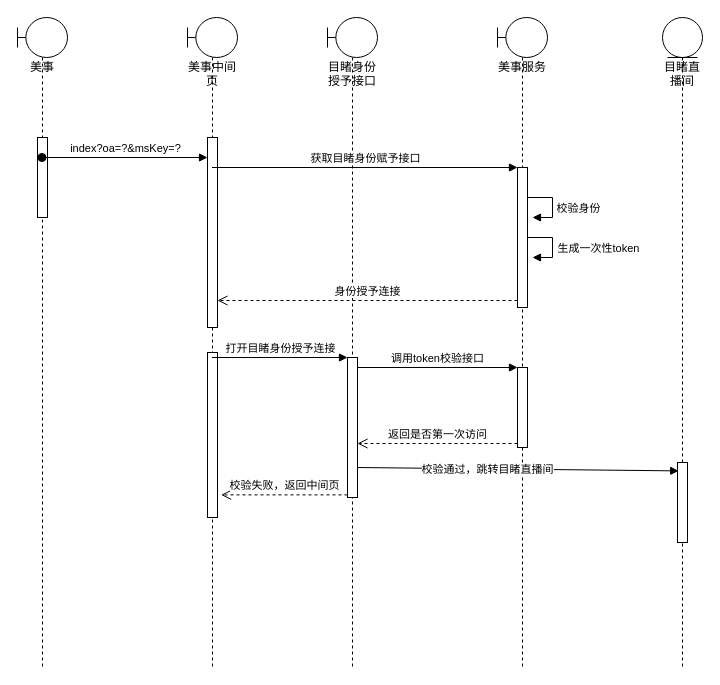
Before: page "Page-2" (2 of 2) of anquan.drawio in nullbull/uml, a draw.io diagram. Source tidied: cells renumbered, new cells numbered last; positions are measured from the earlier drawing's top-left corner, leaving out a move shared by most shapes. Both pictures are drawn from the tidied source at 100%, with x=0, y=0 at pixel (17, 17).
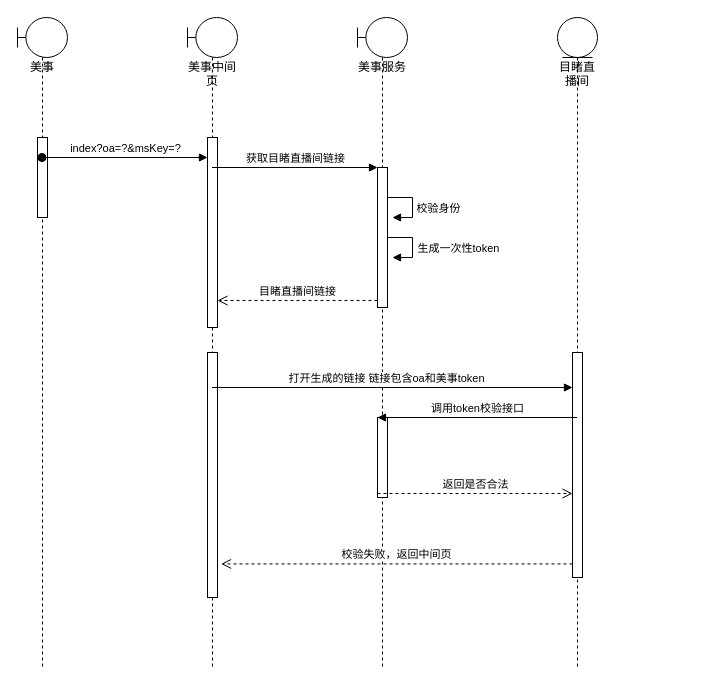
The same page after the edit.

Unchanged cells that the change refers to:
```xml
<mxCell id="4" value="美事中间页" style="shape=umlLifeline;participant=umlBoundary;perimeter=lifelinePerimeter;whiteSpace=wrap;html=1;verticalAlign=top;spacingTop=36;outlineConnect=0;" parent="1" vertex="1">
  <mxGeometry x="170" width="50" height="650" as="geometry" />
</mxCell>
<mxCell id="11" style="html=1;points=[];perimeter=orthogonalPerimeter;" parent="10" vertex="1">
  <mxGeometry x="20" y="150" width="10" height="140" as="geometry" />
</mxCell>
```

Diff of the diagram source:
```diff
@@
     <mxCell id="6" style="html=1;points=[];perimeter=orthogonalPerimeter;" parent="4" vertex="1">
-      <mxGeometry x="20" y="335" width="10" height="165" as="geometry" />
+      <mxGeometry x="20" y="335" width="10" height="245" as="geometry" />
     </mxCell>
-    <mxCell id="7" value="目睹身份授予接口" style="shape=umlLifeline;participant=umlBoundary;perimeter=lifelinePerimeter;whiteSpace=wrap;html=1;verticalAlign=top;spacingTop=36;" parent="1" vertex="1">
-      <mxGeometry x="310" width="50" height="650" as="geometry" />
-    </mxCell>
-    <mxCell id="8" style="html=1;points=[];perimeter=orthogonalPerimeter;" parent="7" vertex="1">
-      <mxGeometry x="20" y="340" width="10" height="140" as="geometry" />
-    </mxCell>
@@
     <mxCell id="10" value="美事服务" style="shape=umlLifeline;participant=umlBoundary;perimeter=lifelinePerimeter;whiteSpace=wrap;html=1;verticalAlign=top;spacingTop=36;" parent="1" vertex="1">
-      <mxGeometry x="480" width="50" height="650" as="geometry" />
+      <mxGeometry x="340" width="50" height="650" as="geometry" />
     </mxCell>
@@
     <mxCell id="12" style="html=1;points=[];perimeter=orthogonalPerimeter;" parent="10" vertex="1">
-      <mxGeometry x="20" y="350" width="10" height="80" as="geometry" />
+      <mxGeometry x="20" y="400" width="10" height="80" as="geometry" />
     </mxCell>
     <mxCell id="13" value="&lt;span&gt;目睹直播间&lt;/span&gt;" style="shape=umlLifeline;participant=umlEntity;perimeter=lifelinePerimeter;whiteSpace=wrap;html=1;verticalAlign=top;spacingTop=36;outlineConnect=0;" parent="1" vertex="1">
-      <mxGeometry x="645" width="40" height="650" as="geometry" />
+      <mxGeometry x="540" width="40" height="650" as="geometry" />
     </mxCell>
     <mxCell id="14" style="html=1;points=[];perimeter=orthogonalPerimeter;" parent="13" vertex="1">
-      <mxGeometry x="15" y="445" width="10" height="80" as="geometry" />
+      <mxGeometry x="15" y="335" width="10" height="225" as="geometry" />
     </mxCell>
-    <mxCell id="15" value="获取目睹身份赋予接口" style="html=1;verticalAlign=bottom;endArrow=block;entryX=0;entryY=0;" parent="1" edge="1" source="4" target="11">
+    <mxCell id="15" value="获取目睹直播间链接" style="html=1;verticalAlign=bottom;endArrow=block;entryX=0;entryY=0;" parent="1" edge="1" source="4" target="11">
       <mxGeometry relative="1" as="geometry" />
     </mxCell>
-    <mxCell id="16" value="身份授予连接" style="html=1;verticalAlign=bottom;endArrow=open;dashed=1;endSize=8;exitX=0;exitY=0.95;" parent="1" edge="1" source="11">
+    <mxCell id="16" value="目睹直播间链接" style="html=1;verticalAlign=bottom;endArrow=open;dashed=1;endSize=8;exitX=0;exitY=0.95;" parent="1" edge="1" source="11">
       <mxGeometry relative="1" as="geometry">
         <mxPoint x="200" y="283" as="targetPoint" />
       </mxGeometry>
     </mxCell>
     <mxCell id="17" style="edgeStyle=orthogonalEdgeStyle;html=1;align=left;spacingLeft=2;endArrow=block;rounded=0;entryX=1;entryY=0;" parent="1" edge="1">
       <mxGeometry relative="1" as="geometry">
-        <mxPoint x="510" y="180" as="sourcePoint" />
-        <mxPoint x="515" y="200" as="targetPoint" />
+        <mxPoint x="370" y="180" as="sourcePoint" />
+        <mxPoint x="375" y="200" as="targetPoint" />
         <Array as="points">
-          <mxPoint x="535" y="180" />
-          <mxPoint x="535" y="200" />
+          <mxPoint x="395" y="180" />
+          <mxPoint x="395" y="200" />
         </Array>
       </mxGeometry>
     </mxCell>
@@
     <mxCell id="19" style="edgeStyle=orthogonalEdgeStyle;html=1;align=left;spacingLeft=2;endArrow=block;rounded=0;entryX=1;entryY=0;" parent="1" edge="1">
       <mxGeometry relative="1" as="geometry">
-        <mxPoint x="510" y="220" as="sourcePoint" />
-        <mxPoint x="515" y="240" as="targetPoint" />
+        <mxPoint x="370" y="220" as="sourcePoint" />
+        <mxPoint x="375" y="240" as="targetPoint" />
         <Array as="points">
-          <mxPoint x="535" y="220" />
-          <mxPoint x="535" y="240" />
+          <mxPoint x="395" y="220" />
+          <mxPoint x="395" y="240" />
         </Array>
       </mxGeometry>
     </mxCell>
@@
-    <mxCell id="21" value="打开目睹身份授予连接" style="html=1;verticalAlign=bottom;endArrow=block;entryX=0;entryY=0;" parent="1" edge="1" source="4" target="8">
-      <mxGeometry relative="1" as="geometry" />
+    <mxCell id="21" value="打开生成的链接 链接包含oa和美事token" style="html=1;verticalAlign=bottom;endArrow=block;" parent="1" edge="1" source="4" target="14">
+      <mxGeometry x="-0.04" relative="1" as="geometry">
+        <Array as="points">
+          <mxPoint x="350" y="370" />
+        </Array>
+        <mxPoint x="1" as="offset" />
+      </mxGeometry>
     </mxCell>
-    <mxCell id="22" value="调用token校验接口" style="html=1;verticalAlign=bottom;endArrow=block;entryX=0;entryY=0;" parent="1" edge="1" target="12">
-      <mxGeometry relative="1" as="geometry">
-        <mxPoint x="340" y="350" as="sourcePoint" />
-      </mxGeometry>
+    <mxCell id="22" value="调用token校验接口" style="html=1;verticalAlign=bottom;endArrow=block;entryX=0;entryY=0;" parent="1" edge="1" source="13" target="12">
+      <mxGeometry relative="1" as="geometry" />
     </mxCell>
-    <mxCell id="23" value="返回是否第一次访问" style="html=1;verticalAlign=bottom;endArrow=open;dashed=1;endSize=8;exitX=0;exitY=0.95;" parent="1" edge="1" source="12">
-      <mxGeometry relative="1" as="geometry">
-        <mxPoint x="340" y="426" as="targetPoint" />
-      </mxGeometry>
-    </mxCell>
-    <mxCell id="24" style="endArrow=block;endFill=1;html=1;align=left;verticalAlign=top;entryX=0.12;entryY=0.105;entryDx=0;entryDy=0;entryPerimeter=0;" parent="1" edge="1" target="14">
-      <mxGeometry x="-1" relative="1" as="geometry">
-        <mxPoint x="340" y="450" as="sourcePoint" />
-      </mxGeometry>
-    </mxCell>
-    <mxCell id="25" value="校验通过，跳转目睹直播间" style="edgeLabel;html=1;align=center;verticalAlign=middle;" parent="24" vertex="1">
-      <mxGeometry x="-0.19" relative="1" as="geometry" />
-    </mxCell>
-    <mxCell id="26" value="校验失败，返回中间页" style="html=1;verticalAlign=bottom;endArrow=open;dashed=1;endSize=8;entryX=1.36;entryY=0.863;entryDx=0;entryDy=0;entryPerimeter=0;" parent="1" edge="1" source="8" target="6">
+    <mxCell id="26" value="校验失败，返回中间页" style="html=1;verticalAlign=bottom;endArrow=open;dashed=1;endSize=8;entryX=1.36;entryY=0.863;entryDx=0;entryDy=0;entryPerimeter=0;" parent="1" edge="1" source="14" target="6">
       <mxGeometry relative="1" as="geometry" />
     </mxCell>
+    <mxCell id="27" value="返回是否合法" style="html=1;verticalAlign=bottom;endArrow=open;dashed=1;endSize=8;exitX=0;exitY=0.95;" parent="1" edge="1" target="14">
+      <mxGeometry relative="1" as="geometry">
+        <mxPoint x="360" y="476" as="sourcePoint" />
+      </mxGeometry>
+    </mxCell>
```
